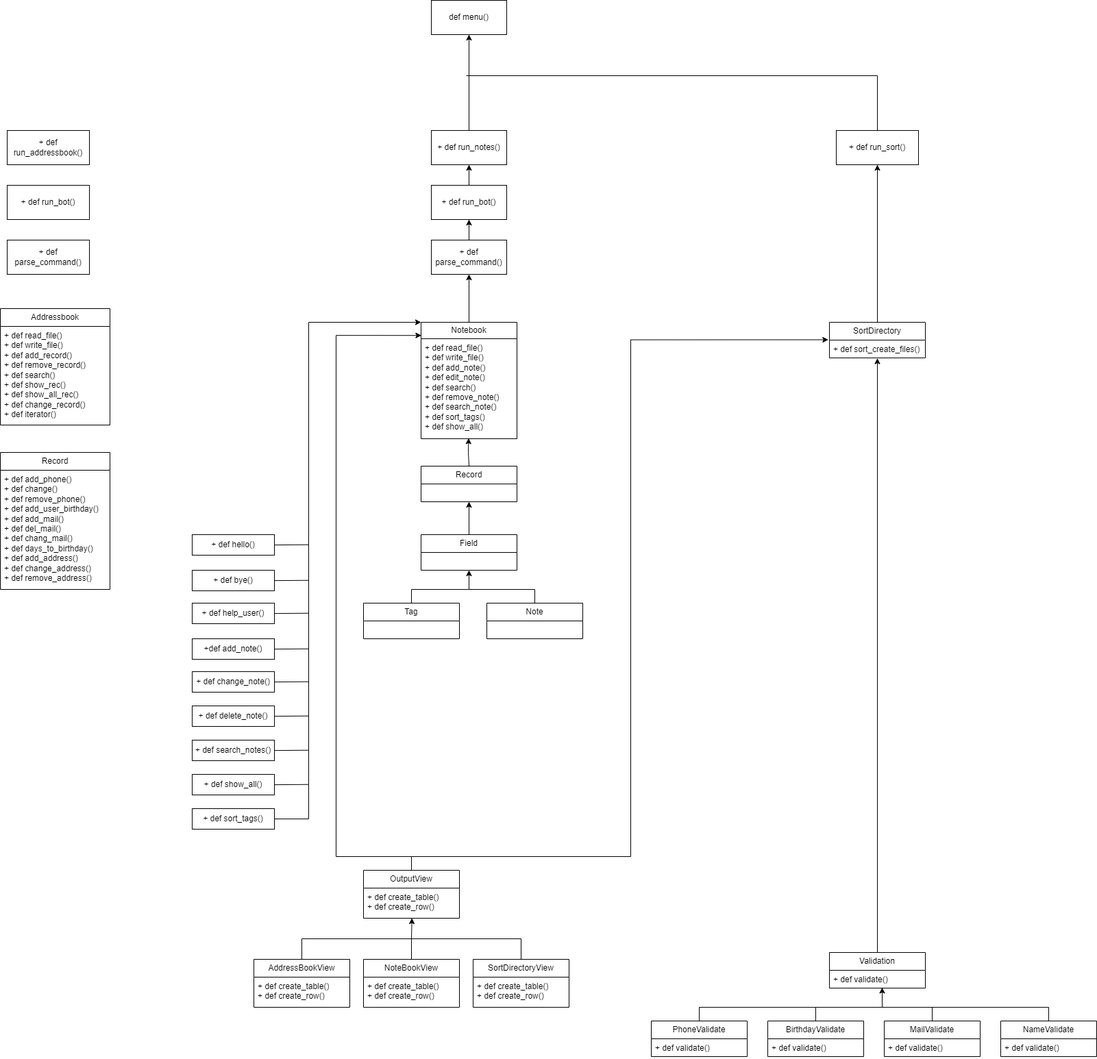
dragomar14/WEB-HW-01 keeps this draw.io diagram as Untitled Diagram.drawio.png. Above is the earlier version. Source tidied: cells renumbered, new cells last; positions are measured from the earlier drawing's top-left corner, leaving out a move shared by most shapes.
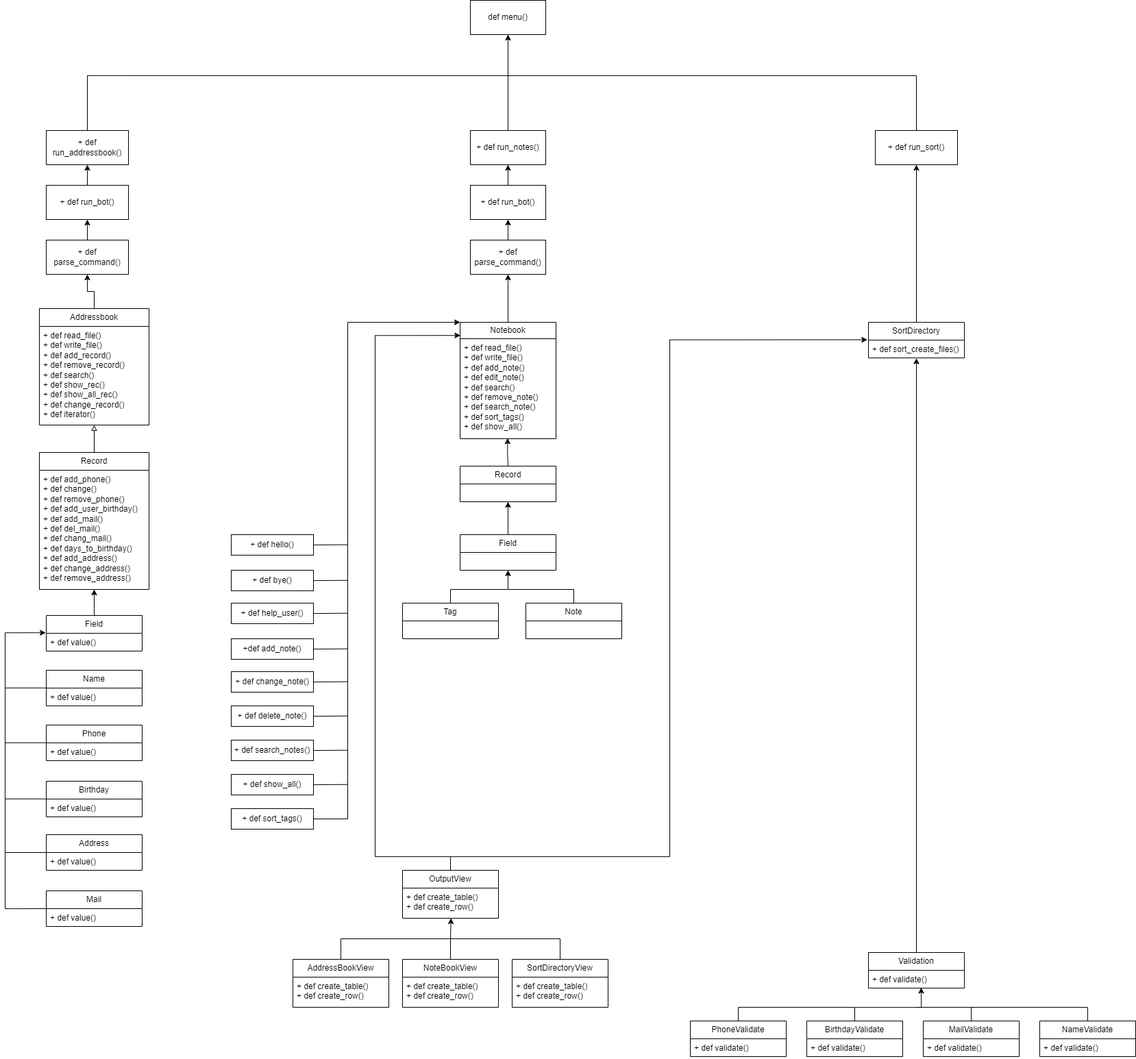
Above is the later version.

Change to the diagram source:
```diff
@@ -300,26 +300,116 @@
         </Array>
       </mxGeometry>
     </mxCell>
+    <mxCell id="78" style="edgeStyle=orthogonalEdgeStyle;rounded=0;jettySize=auto;html=1;exitX=0.5;exitY=0;exitDx=0;exitDy=0;endArrow=none;endFill=0;" parent="1" edge="1" source="71">
+      <mxGeometry relative="1" as="geometry">
+        <mxPoint x="680" y="110" as="targetPoint" />
+        <Array as="points">
+          <mxPoint x="70" y="110" />
+        </Array>
+      </mxGeometry>
+    </mxCell>
     <mxCell id="71" value="+ def run_addressbook()" style="rounded=0;whiteSpace=wrap;html=1;" parent="1" vertex="1">
       <mxGeometry x="10" y="190" width="120" height="50" as="geometry" />
     </mxCell>
+    <mxCell id="79" style="edgeStyle=orthogonalEdgeStyle;rounded=0;jettySize=auto;html=1;exitX=0.5;exitY=0;exitDx=0;exitDy=0;entryX=0.5;entryY=1;entryDx=0;entryDy=0;" parent="1" edge="1" source="72" target="71">
+      <mxGeometry relative="1" as="geometry" />
+    </mxCell>
     <mxCell id="72" value="+ def run_bot()" style="rounded=0;whiteSpace=wrap;html=1;" parent="1" vertex="1">
       <mxGeometry x="10" y="270" width="120" height="50" as="geometry" />
     </mxCell>
+    <mxCell id="80" style="edgeStyle=orthogonalEdgeStyle;rounded=0;jettySize=auto;html=1;exitX=0.5;exitY=0;exitDx=0;exitDy=0;entryX=0.5;entryY=1;entryDx=0;entryDy=0;" parent="1" edge="1" source="73" target="72">
+      <mxGeometry relative="1" as="geometry" />
+    </mxCell>
     <mxCell id="73" value="+ def parse_command()" style="rounded=0;whiteSpace=wrap;html=1;" parent="1" vertex="1">
       <mxGeometry x="10" y="350" width="120" height="50" as="geometry" />
     </mxCell>
+    <mxCell id="81" style="edgeStyle=orthogonalEdgeStyle;rounded=0;jettySize=auto;html=1;exitX=0.5;exitY=0;exitDx=0;exitDy=0;entryX=0.5;entryY=1;entryDx=0;entryDy=0;" parent="1" edge="1" source="74" target="73">
+      <mxGeometry relative="1" as="geometry" />
+    </mxCell>
     <mxCell id="74" value="Addressbook" style="swimlane;fontStyle=0;horizontal=1;startSize=26;fillColor=none;whiteSpace=wrap;html=1;" parent="1" vertex="1">
       <mxGeometry y="450" width="160" height="170" as="geometry" />
     </mxCell>
     <mxCell id="75" value="+ def read_file()&lt;br&gt;+ def write_file()&lt;br&gt;+ def add_record()&lt;br&gt;+ def remove_record()&lt;br&gt;+ def search()&lt;br&gt;+ def show_rec()&lt;br&gt;+ def show_all_rec()&lt;br&gt;+ def change_record()&lt;br&gt;+ def iterator()" style="text;strokeColor=none;fillColor=none;align=left;verticalAlign=top;spacingLeft=4;spacingRight=4;overflow=hidden;whiteSpace=wrap;html=1;" parent="74" vertex="1">
       <mxGeometry y="26" width="160" height="144" as="geometry" />
     </mxCell>
+    <mxCell id="82" style="edgeStyle=orthogonalEdgeStyle;rounded=0;jettySize=auto;html=1;exitX=0.5;exitY=0;exitDx=0;exitDy=0;entryX=0.5;entryY=1;entryDx=0;entryDy=0;endArrow=block;endFill=0;" parent="1" edge="1" source="76" target="74">
+      <mxGeometry relative="1" as="geometry" />
+    </mxCell>
     <mxCell id="76" value="Record" style="swimlane;fontStyle=0;horizontal=1;startSize=26;fillColor=none;whiteSpace=wrap;html=1;" parent="1" vertex="1">
       <mxGeometry y="660" width="160" height="200" as="geometry" />
     </mxCell>
     <mxCell id="77" value="+ def add_phone()&lt;br&gt;+ def change()&lt;br&gt;+ def remove_phone()&lt;br&gt;+ def add_user_birthday()&lt;br&gt;+ def add_mail()&lt;br&gt;+ def del_mail()&lt;br&gt;+ def chang_mail()&lt;br&gt;+ def days_to_birthday()&lt;br&gt;+ def add_address()&lt;br&gt;+ def change_address()&lt;br&gt;+ def remove_address()" style="text;strokeColor=none;fillColor=none;align=left;verticalAlign=top;spacingLeft=4;spacingRight=4;overflow=hidden;whiteSpace=wrap;html=1;" parent="76" vertex="1">
       <mxGeometry y="26" width="160" height="174" as="geometry" />
     </mxCell>
+    <mxCell id="83" style="edgeStyle=orthogonalEdgeStyle;rounded=0;jettySize=auto;html=1;exitX=0.5;exitY=0;exitDx=0;exitDy=0;entryX=0.5;entryY=1;entryDx=0;entryDy=0;" parent="1" edge="1" source="84" target="76">
+      <mxGeometry relative="1" as="geometry" />
+    </mxCell>
+    <mxCell id="84" value="Field" style="swimlane;fontStyle=0;horizontal=1;startSize=26;fillColor=none;whiteSpace=wrap;html=1;" parent="1" vertex="1">
+      <mxGeometry x="10" y="898" width="140" height="52" as="geometry" />
+    </mxCell>
+    <mxCell id="85" value="+ def value()" style="text;strokeColor=none;fillColor=none;align=left;verticalAlign=top;spacingLeft=4;spacingRight=4;overflow=hidden;points=[[0,0.5],[1,0.5]];portConstraint=eastwest;whiteSpace=wrap;html=1;" parent="84" vertex="1">
+      <mxGeometry y="26" width="140" height="26" as="geometry" />
+    </mxCell>
+    <mxCell id="86" value="Name" style="swimlane;fontStyle=0;horizontal=1;startSize=26;fillColor=none;whiteSpace=wrap;html=1;" parent="1" vertex="1">
+      <mxGeometry x="10" y="978" width="140" height="52" as="geometry" />
+    </mxCell>
+    <mxCell id="87" value="+ def value()" style="text;strokeColor=none;fillColor=none;align=left;verticalAlign=top;spacingLeft=4;spacingRight=4;overflow=hidden;whiteSpace=wrap;html=1;" parent="86" vertex="1">
+      <mxGeometry y="26" width="140" height="26" as="geometry" />
+    </mxCell>
+    <mxCell id="88" value="Phone" style="swimlane;fontStyle=0;horizontal=1;startSize=26;fillColor=none;whiteSpace=wrap;html=1;" parent="1" vertex="1">
+      <mxGeometry x="10" y="1058" width="140" height="52" as="geometry" />
+    </mxCell>
+    <mxCell id="89" value="+ def value()" style="text;strokeColor=none;fillColor=none;align=left;verticalAlign=top;spacingLeft=4;spacingRight=4;overflow=hidden;whiteSpace=wrap;html=1;" parent="88" vertex="1">
+      <mxGeometry y="26" width="140" height="26" as="geometry" />
+    </mxCell>
+    <mxCell id="90" value="Birthday" style="swimlane;fontStyle=0;horizontal=1;startSize=26;fillColor=none;whiteSpace=wrap;html=1;" parent="1" vertex="1">
+      <mxGeometry x="10" y="1140" width="140" height="52" as="geometry" />
+    </mxCell>
+    <mxCell id="91" value="+ def value()" style="text;strokeColor=none;fillColor=none;align=left;verticalAlign=top;spacingLeft=4;spacingRight=4;overflow=hidden;whiteSpace=wrap;html=1;" parent="90" vertex="1">
+      <mxGeometry y="26" width="140" height="26" as="geometry" />
+    </mxCell>
+    <mxCell id="92" value="Address" style="swimlane;fontStyle=0;horizontal=1;startSize=26;fillColor=none;whiteSpace=wrap;html=1;" parent="1" vertex="1">
+      <mxGeometry x="10" y="1218" width="140" height="52" as="geometry" />
+    </mxCell>
+    <mxCell id="93" value="+ def value()" style="text;strokeColor=none;fillColor=none;align=left;verticalAlign=top;spacingLeft=4;spacingRight=4;overflow=hidden;whiteSpace=wrap;html=1;" parent="92" vertex="1">
+      <mxGeometry y="26" width="140" height="26" as="geometry" />
+    </mxCell>
+    <mxCell id="94" style="edgeStyle=orthogonalEdgeStyle;rounded=0;jettySize=auto;html=1;exitX=0;exitY=0.5;exitDx=0;exitDy=0;entryX=-0.006;entryY=-0.031;entryDx=0;entryDy=0;entryPerimeter=0;" parent="1" edge="1" source="95" target="85">
+      <mxGeometry relative="1" as="geometry">
+        <Array as="points">
+          <mxPoint x="-50" y="1326" />
+          <mxPoint x="-50" y="923" />
+        </Array>
+      </mxGeometry>
+    </mxCell>
+    <mxCell id="95" value="Mail" style="swimlane;fontStyle=0;horizontal=1;startSize=26;fillColor=none;whiteSpace=wrap;html=1;" parent="1" vertex="1">
+      <mxGeometry x="10" y="1300" width="140" height="52" as="geometry" />
+    </mxCell>
+    <mxCell id="96" value="+ def value()" style="text;strokeColor=none;fillColor=none;align=left;verticalAlign=top;spacingLeft=4;spacingRight=4;overflow=hidden;whiteSpace=wrap;html=1;" parent="95" vertex="1">
+      <mxGeometry y="26" width="140" height="26" as="geometry" />
+    </mxCell>
+    <mxCell id="97" style="endArrow=none;html=1;rounded=0;entryX=0;entryY=0.5;entryDx=0;entryDy=0;" parent="1" edge="1" target="92">
+      <mxGeometry relative="1" as="geometry">
+        <mxPoint x="-50" y="1244" as="sourcePoint" />
+      </mxGeometry>
+    </mxCell>
+    <mxCell id="98" style="endArrow=none;html=1;rounded=0;entryX=0;entryY=0.5;entryDx=0;entryDy=0;" parent="1" edge="1">
+      <mxGeometry relative="1" as="geometry">
+        <mxPoint x="-50" y="1165.8" as="sourcePoint" />
+        <mxPoint x="10" y="1165.8" as="targetPoint" />
+      </mxGeometry>
+    </mxCell>
+    <mxCell id="99" style="endArrow=none;html=1;rounded=0;entryX=0;entryY=0.5;entryDx=0;entryDy=0;" parent="1" edge="1">
+      <mxGeometry relative="1" as="geometry">
+        <mxPoint x="-50" y="1083.8" as="sourcePoint" />
+        <mxPoint x="10" y="1083.8" as="targetPoint" />
+      </mxGeometry>
+    </mxCell>
+    <mxCell id="100" style="endArrow=none;html=1;rounded=0;entryX=0;entryY=0.5;entryDx=0;entryDy=0;" parent="1" edge="1">
+      <mxGeometry relative="1" as="geometry">
+        <mxPoint x="-50" y="1003.8" as="sourcePoint" />
+        <mxPoint x="10" y="1003.8" as="targetPoint" />
+      </mxGeometry>
+    </mxCell>
   </root>
 </mxGraphModel>
```
